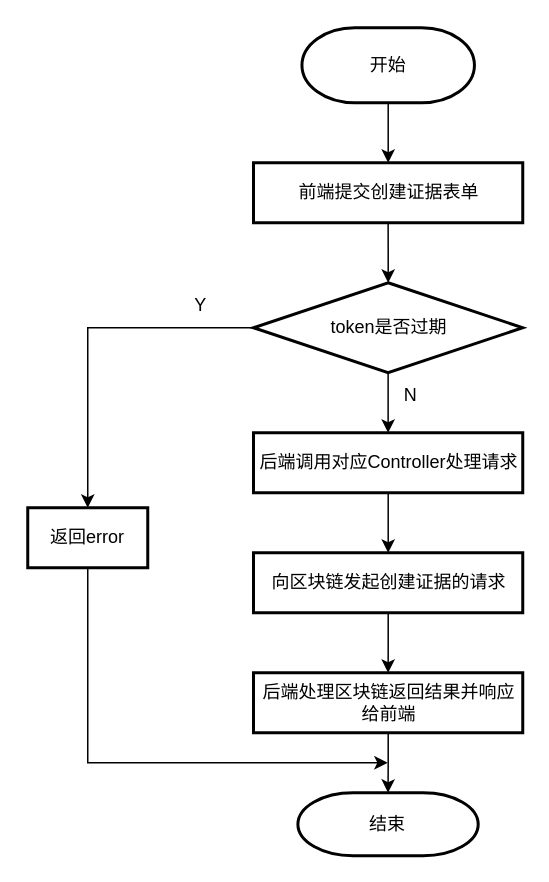
Earlier version of the draw.io diagram 毕业论文/图片/证据管理模块-创建证据.drawio (YanQiaoQi/graduation-project). Source tidied: cells renumbered, new cells numbered last; positions are measured from the earlier drawing's top-left corner, leaving out a move shared by most shapes. Both pictures are drawn from the tidied source at 150%, with x=0, y=0 at pixel (27, 27).
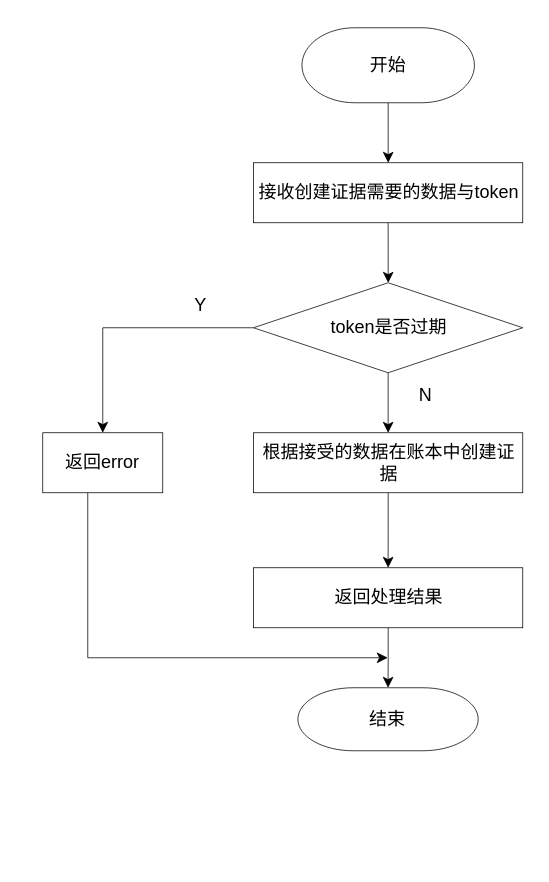
The same page after the edit.

The edit, as a diff of the source:
```diff
@@
-    <mxCell id="2" style="edgeStyle=orthogonalEdgeStyle;rounded=0;jettySize=auto;html=1;" parent="1" edge="1" source="3" target="4">
+    <mxCell id="2" style="edgeStyle=orthogonalEdgeStyle;rounded=0;jettySize=auto;html=1;strokeWidth=0.5;fontFamily=宋体;" parent="1" edge="1" source="3" target="4">
       <mxGeometry relative="1" as="geometry" />
     </mxCell>
-    <mxCell id="3" value="开始" style="strokeWidth=2;html=1;shape=mxgraph.flowchart.terminator;whiteSpace=wrap;" parent="1" vertex="1">
+    <mxCell id="3" value="开始" style="strokeWidth=0.5;html=1;shape=mxgraph.flowchart.terminator;whiteSpace=wrap;fontFamily=宋体;" parent="1" vertex="1">
       <mxGeometry x="182.8" width="115" height="50" as="geometry" />
     </mxCell>
-    <mxCell id="4" value="前端提交创建证据表单" style="whiteSpace=wrap;html=1;strokeWidth=2;" parent="1" vertex="1">
+    <mxCell id="4" value="接收创建证据需要的数据与token" style="whiteSpace=wrap;html=1;strokeWidth=0.5;fontFamily=宋体;" parent="1" vertex="1">
       <mxGeometry x="150.5" y="90" width="179.5" height="40" as="geometry" />
     </mxCell>
-    <mxCell id="5" style="edgeStyle=orthogonalEdgeStyle;rounded=0;jettySize=auto;html=1;exitX=0.5;exitY=1;exitDx=0;exitDy=0;" parent="1" edge="1" source="4" target="8">
+    <mxCell id="5" style="edgeStyle=orthogonalEdgeStyle;rounded=0;jettySize=auto;html=1;exitX=0.5;exitY=1;exitDx=0;exitDy=0;strokeWidth=0.5;fontFamily=宋体;" parent="1" edge="1" source="4" target="8">
       <mxGeometry relative="1" as="geometry" />
     </mxCell>
-    <mxCell id="6" style="edgeStyle=orthogonalEdgeStyle;rounded=0;jettySize=auto;html=1;" parent="1" edge="1" source="8" target="10">
+    <mxCell id="6" style="edgeStyle=orthogonalEdgeStyle;rounded=0;jettySize=auto;html=1;strokeWidth=0.5;fontFamily=宋体;" parent="1" edge="1" source="8" target="17">
       <mxGeometry relative="1" as="geometry" />
     </mxCell>
-    <mxCell id="7" style="edgeStyle=orthogonalEdgeStyle;rounded=0;jettySize=auto;html=1;entryX=0.5;entryY=0;entryDx=0;entryDy=0;" parent="1" edge="1" source="8" target="15">
+    <mxCell id="7" style="edgeStyle=orthogonalEdgeStyle;rounded=0;jettySize=auto;html=1;entryX=0.5;entryY=0;entryDx=0;entryDy=0;strokeWidth=0.5;fontFamily=宋体;" parent="1" edge="1" source="8" target="15">
       <mxGeometry relative="1" as="geometry" />
     </mxCell>
-    <mxCell id="8" value="token是否过期" style="rhombus;whiteSpace=wrap;html=1;strokeWidth=2;" parent="1" vertex="1">
+    <mxCell id="8" value="token是否过期" style="rhombus;whiteSpace=wrap;html=1;strokeWidth=0.5;fontFamily=宋体;" parent="1" vertex="1">
       <mxGeometry x="150.5" y="170" width="179.5" height="60" as="geometry" />
     </mxCell>
-    <mxCell id="9" style="edgeStyle=orthogonalEdgeStyle;rounded=0;jettySize=auto;html=1;entryX=0.5;entryY=0;entryDx=0;entryDy=0;" parent="1" edge="1" source="10">
-      <mxGeometry relative="1" as="geometry">
-        <mxPoint x="240.3" y="350" as="targetPoint" />
-      </mxGeometry>
-    </mxCell>
-    <mxCell id="10" value="后端调用对应Controller处理请求" style="whiteSpace=wrap;html=1;strokeWidth=2;" parent="1" vertex="1">
-      <mxGeometry x="150.5" y="270" width="179.5" height="40" as="geometry" />
-    </mxCell>
-    <mxCell id="11" value="结束" style="strokeWidth=2;html=1;shape=mxgraph.flowchart.terminator;whiteSpace=wrap;" parent="1" vertex="1">
-      <mxGeometry x="180.1" y="510" width="120.2" height="42" as="geometry" />
+    <mxCell id="11" value="结束" style="strokeWidth=0.5;html=1;shape=mxgraph.flowchart.terminator;whiteSpace=wrap;fontFamily=宋体;" parent="1" vertex="1">
+      <mxGeometry x="180.1" y="440" width="120.2" height="42" as="geometry" />
     </mxCell>
-    <mxCell id="12" value="N" style="text;html=1;align=center;verticalAlign=middle;strokeColor=none;fillColor=none;" parent="1" vertex="1">
-      <mxGeometry x="240" y="230" width="30" height="30" as="geometry" />
+    <mxCell id="12" value="N" style="text;html=1;align=center;verticalAlign=middle;strokeColor=none;fillColor=none;strokeWidth=0.5;fontFamily=宋体;" parent="1" vertex="1">
+      <mxGeometry x="250" y="230" width="30" height="30" as="geometry" />
     </mxCell>
-    <mxCell id="13" value="Y" style="text;html=1;align=center;verticalAlign=middle;strokeColor=none;fillColor=none;" parent="1" vertex="1">
+    <mxCell id="13" value="Y" style="text;html=1;align=center;verticalAlign=middle;strokeColor=none;fillColor=none;strokeWidth=0.5;fontFamily=宋体;" parent="1" vertex="1">
       <mxGeometry x="100" y="170" width="30" height="30" as="geometry" />
     </mxCell>
-    <mxCell id="14" style="edgeStyle=orthogonalEdgeStyle;rounded=0;jettySize=auto;html=1;" parent="1" edge="1" source="15">
+    <mxCell id="14" style="edgeStyle=orthogonalEdgeStyle;rounded=0;jettySize=auto;html=1;strokeWidth=0.5;fontFamily=宋体;" parent="1" edge="1" source="15">
       <mxGeometry relative="1" as="geometry">
-        <mxPoint x="240" y="490" as="targetPoint" />
+        <mxPoint x="240" y="420" as="targetPoint" />
         <Array as="points">
-          <mxPoint x="40" y="490" />
+          <mxPoint x="40" y="420" />
         </Array>
       </mxGeometry>
     </mxCell>
-    <mxCell id="15" value="返回error" style="whiteSpace=wrap;html=1;strokeWidth=2;" parent="1" vertex="1">
-      <mxGeometry y="320" width="80" height="40" as="geometry" />
+    <mxCell id="15" value="返回error" style="whiteSpace=wrap;html=1;strokeWidth=0.5;fontFamily=宋体;" parent="1" vertex="1">
+      <mxGeometry x="10" y="270" width="80" height="40" as="geometry" />
     </mxCell>
-    <mxCell id="16" style="edgeStyle=orthogonalEdgeStyle;rounded=0;jettySize=auto;html=1;entryX=0.5;entryY=0;entryDx=0;entryDy=0;" parent="1" edge="1" source="17" target="19">
+    <mxCell id="16" style="edgeStyle=orthogonalEdgeStyle;rounded=0;jettySize=auto;html=1;entryX=0.5;entryY=0;entryDx=0;entryDy=0;strokeWidth=0.5;fontFamily=宋体;" parent="1" edge="1" source="17" target="19">
       <mxGeometry relative="1" as="geometry" />
     </mxCell>
-    <mxCell id="17" value="向区块链发起创建证据的请求" style="whiteSpace=wrap;html=1;strokeWidth=2;" parent="1" vertex="1">
-      <mxGeometry x="150.5" y="350" width="179.5" height="40" as="geometry" />
+    <mxCell id="17" value="根据接受的数据在账本中创建证据" style="whiteSpace=wrap;html=1;strokeWidth=0.5;fontFamily=宋体;" parent="1" vertex="1">
+      <mxGeometry x="150.5" y="270" width="179.5" height="40" as="geometry" />
     </mxCell>
-    <mxCell id="18" style="edgeStyle=orthogonalEdgeStyle;rounded=0;jettySize=auto;html=1;entryX=0.5;entryY=0;entryDx=0;entryDy=0;entryPerimeter=0;" parent="1" edge="1" source="19" target="11">
+    <mxCell id="18" style="edgeStyle=orthogonalEdgeStyle;rounded=0;jettySize=auto;html=1;entryX=0.5;entryY=0;entryDx=0;entryDy=0;entryPerimeter=0;strokeWidth=0.5;fontFamily=宋体;" parent="1" edge="1" source="19" target="11">
       <mxGeometry relative="1" as="geometry" />
     </mxCell>
-    <mxCell id="19" value="后端处理区块链返回结果并响应给前端" style="whiteSpace=wrap;html=1;strokeWidth=2;" parent="1" vertex="1">
-      <mxGeometry x="150.5" y="430" width="179.5" height="40" as="geometry" />
+    <mxCell id="19" value="返回处理结果" style="whiteSpace=wrap;html=1;strokeWidth=0.5;fontFamily=宋体;" parent="1" vertex="1">
+      <mxGeometry x="150.5" y="360" width="179.5" height="40" as="geometry" />
     </mxCell>
```
